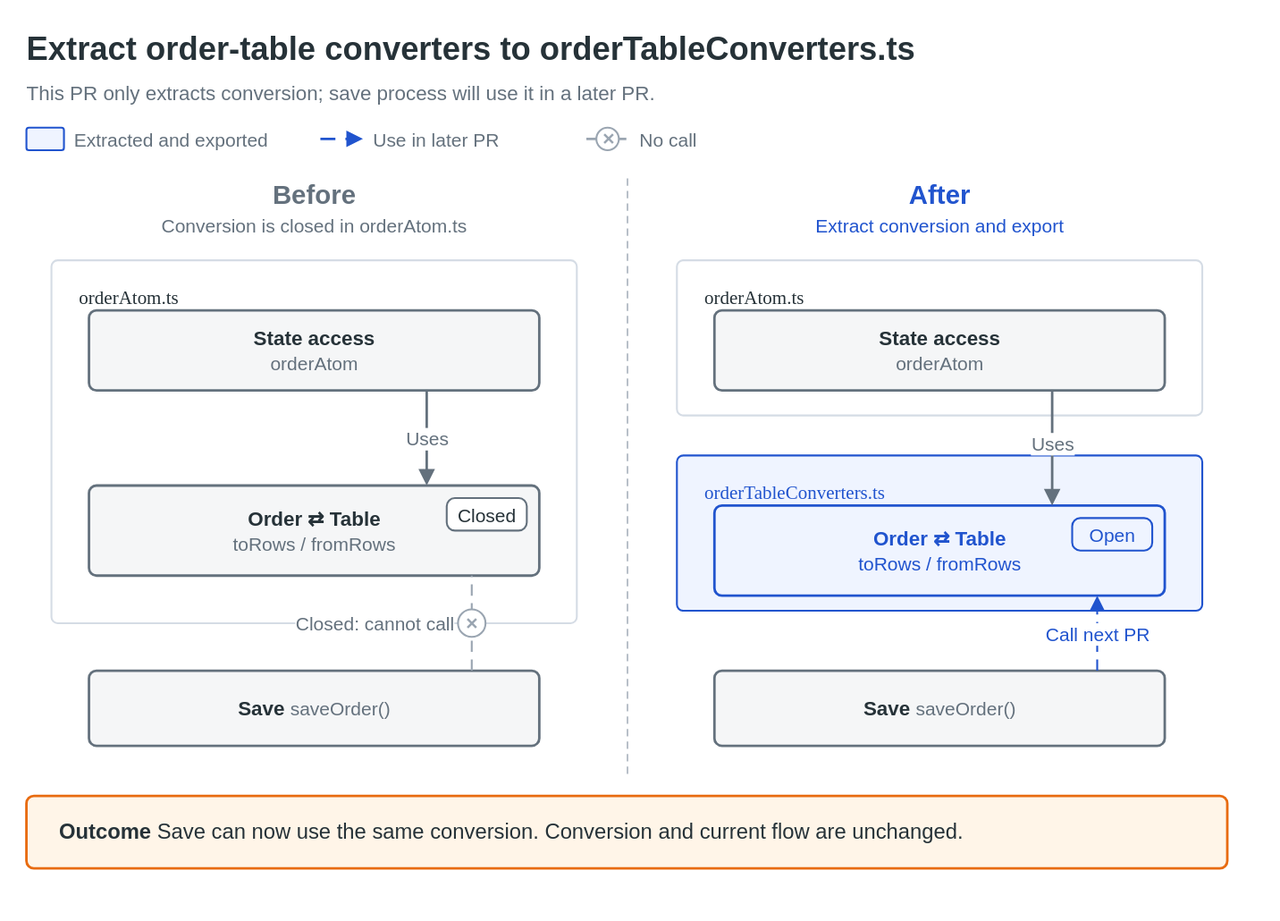
The draw.io diagram docs/samples/en/refactor-extract-module.drawio.svg in nntto/explanatory-diagrams, before a commit. Source tidied: cells renumbered, new cells last; positions are measured from the earlier drawing's top-left corner, leaving out a move shared by most shapes. Its diagram source:
```xml
<mxGraphModel background="#ffffff">
  <root>
    <mxCell id="0" />
    <mxCell id="1" parent="0" />
    <mxCell id="2" value="Extract order-table converters to orderTableConverters.ts" style="text;html=1;whiteSpace=wrap;fontFamily=Helvetica;fontSize=26;fontColor=#263238;align=left;verticalAlign=middle;spacing=0;fontStyle=1;" parent="1" vertex="1">
      <mxGeometry width="960" height="38" as="geometry" />
    </mxCell>
    <mxCell id="3" value="This PR only extracts conversion; save process will use it in a later PR." style="text;html=1;whiteSpace=wrap;fontFamily=Helvetica;fontSize=16;fontColor=#64717d;align=left;verticalAlign=middle;spacing=0;" parent="1" vertex="1">
      <mxGeometry y="42" width="960" height="24" as="geometry" />
    </mxCell>
    <mxCell id="4" style="rounded=1;absoluteArcSize=1;arcSize=4;whiteSpace=wrap;html=1;fillColor=#eff4ff;strokeColor=#2154ce;strokeWidth=1.5;fontColor=#2154ce;fontFamily=Helvetica;fontSize=17;align=center;verticalAlign=middle;spacing=10;" parent="1" vertex="1">
      <mxGeometry y="82" width="30" height="18" as="geometry" />
    </mxCell>
    <mxCell id="5" value="Extracted and exported" style="text;html=1;whiteSpace=wrap;fontFamily=Helvetica;fontSize=15;fontColor=#64717d;align=left;verticalAlign=middle;spacing=0;" parent="1" vertex="1">
      <mxGeometry x="38" y="80" width="169" height="22" as="geometry" />
    </mxCell>
    <mxCell id="6" style="edgeStyle=none;rounded=1;html=1;strokeColor=#2154ce;strokeWidth=2;endArrow=block;endFill=1;startArrow=none;startFill=1;endSize=8;fontFamily=Helvetica;fontSize=15;fontColor=#2154ce;labelBackgroundColor=#ffffff;dashed=1;dashPattern=6 4;" parent="1" edge="1">
      <mxGeometry relative="1" as="geometry">
        <mxPoint x="235" y="91" as="sourcePoint" />
        <mxPoint x="269" y="91" as="targetPoint" />
      </mxGeometry>
    </mxCell>
    <mxCell id="7" value="Use in later PR" style="text;html=1;whiteSpace=wrap;fontFamily=Helvetica;fontSize=15;fontColor=#64717d;align=left;verticalAlign=middle;spacing=0;" parent="1" vertex="1">
      <mxGeometry x="277" y="80" width="142.6" height="22" as="geometry" />
    </mxCell>
    <mxCell id="8" style="edgeStyle=none;rounded=1;html=1;strokeColor=#9aa5b1;strokeWidth=2;endArrow=none;endFill=1;startArrow=none;startFill=1;endSize=8;fontFamily=Helvetica;fontSize=15;fontColor=#9aa5b1;labelBackgroundColor=#ffffff;dashed=1;dashPattern=6 4;" parent="1" edge="1">
      <mxGeometry relative="1" as="geometry">
        <mxPoint x="447.6" y="91" as="sourcePoint" />
        <mxPoint x="481.6" y="91" as="targetPoint" />
      </mxGeometry>
    </mxCell>
    <mxCell id="9" value="✕" style="ellipse;whiteSpace=wrap;html=1;fillColor=#ffffff;strokeColor=#9aa5b1;strokeWidth=1.5;fontColor=#9aa5b1;fontStyle=1;fontFamily=Helvetica;fontSize=13;spacing=0;" parent="1" vertex="1">
      <mxGeometry x="455.6" y="82" width="18" height="18" as="geometry" />
    </mxCell>
    <mxCell id="10" value="No call" style="text;html=1;whiteSpace=wrap;fontFamily=Helvetica;fontSize=15;fontColor=#64717d;align=left;verticalAlign=middle;spacing=0;" parent="1" vertex="1">
      <mxGeometry x="489.6" y="80" width="64" height="22" as="geometry" />
    </mxCell>
    <mxCell id="11" value="Before" style="text;html=1;whiteSpace=wrap;fontFamily=Helvetica;fontSize=21;fontColor=#64717d;align=center;verticalAlign=middle;spacing=0;fontStyle=1;" parent="1" vertex="1">
      <mxGeometry y="120" width="460" height="30" as="geometry" />
    </mxCell>
    <mxCell id="12" value="Conversion is closed in orderAtom.ts" style="text;html=1;whiteSpace=wrap;fontFamily=Helvetica;fontSize=15;fontColor=#64717d;align=center;verticalAlign=middle;spacing=0;" parent="1" vertex="1">
      <mxGeometry y="148" width="460" height="24" as="geometry" />
    </mxCell>
    <mxCell id="13" value="After" style="text;html=1;whiteSpace=wrap;fontFamily=Helvetica;fontSize=21;fontColor=#2154ce;align=center;verticalAlign=middle;spacing=0;fontStyle=1;" parent="1" vertex="1">
      <mxGeometry x="500" y="120" width="460" height="30" as="geometry" />
    </mxCell>
    <mxCell id="14" value="Extract conversion and export" style="text;html=1;whiteSpace=wrap;fontFamily=Helvetica;fontSize=15;fontColor=#2154ce;align=center;verticalAlign=middle;spacing=0;" parent="1" vertex="1">
      <mxGeometry x="500" y="148" width="460" height="24" as="geometry" />
    </mxCell>
    <mxCell id="15" style="edgeStyle=none;rounded=1;html=1;strokeColor=#9aa5b1;strokeWidth=1;endArrow=none;endFill=1;startArrow=none;startFill=1;endSize=8;fontFamily=Helvetica;fontSize=15;fontColor=#9aa5b1;labelBackgroundColor=#ffffff;dashed=1;dashPattern=6 4;" parent="1" edge="1">
      <mxGeometry relative="1" as="geometry">
        <mxPoint x="480" y="122" as="sourcePoint" />
        <mxPoint x="480" y="602" as="targetPoint" />
      </mxGeometry>
    </mxCell>
    <mxCell id="16" value="orderAtom.ts" style="rounded=1;absoluteArcSize=1;arcSize=10;whiteSpace=wrap;html=1;fillColor=#ffffff;strokeColor=#D5DCE5;strokeWidth=1.5;fontColor=#263238;fontFamily=Helvetica;fontSize=15;align=left;verticalAlign=top;spacing=10;fontFamily=Menlo;spacingLeft=12;spacingTop=6;" parent="1" vertex="1">
      <mxGeometry x="20" y="188" width="420" height="290" as="geometry" />
    </mxCell>
    <mxCell id="17" value="&lt;b&gt;State access&lt;/b&gt;&lt;br&gt;&lt;span style=&quot;font-size:15px;color:#64717d;&quot;&gt;orderAtom&lt;/span&gt;" style="rounded=1;absoluteArcSize=1;arcSize=12;whiteSpace=wrap;html=1;fillColor=#f5f6f7;strokeColor=#64717d;strokeWidth=2;fontColor=#263238;fontFamily=Helvetica;fontSize=16;align=center;verticalAlign=middle;spacing=10;" parent="1" vertex="1">
      <mxGeometry x="50" y="228" width="360" height="64" as="geometry" />
    </mxCell>
    <mxCell id="18" value="&lt;b&gt;Order ⇄ Table&lt;/b&gt;&lt;br&gt;&lt;span style=&quot;font-size:15px;color:#64717d;&quot;&gt;toRows / fromRows&lt;/span&gt;" style="rounded=1;absoluteArcSize=1;arcSize=12;whiteSpace=wrap;html=1;fillColor=#f5f6f7;strokeColor=#64717d;strokeWidth=2;fontColor=#263238;fontFamily=Helvetica;fontSize=16;align=center;verticalAlign=middle;spacing=10;" parent="1" vertex="1">
      <mxGeometry x="50" y="368" width="360" height="72" as="geometry" />
    </mxCell>
    <mxCell id="19" value="Closed" style="rounded=1;absoluteArcSize=1;arcSize=13;whiteSpace=wrap;html=1;fillColor=#ffffff;strokeColor=#64717d;strokeWidth=1.5;fontColor=#263238;fontFamily=Helvetica;fontSize=15;align=center;verticalAlign=middle;spacing=2;" parent="1" vertex="1">
      <mxGeometry x="336" y="378" width="64" height="26" as="geometry" />
    </mxCell>
    <mxCell id="20" value="Uses" style="edgeStyle=orthogonalEdgeStyle;rounded=1;html=1;strokeColor=#64717d;strokeWidth=2;endArrow=block;endFill=1;startArrow=none;startFill=1;endSize=8;fontFamily=Helvetica;fontSize=15;fontColor=#64717d;labelBackgroundColor=#ffffff;exitX=0.75;exitY=1;exitDx=0;exitDy=0;entryX=0.75;entryY=0;entryDx=0;entryDy=0;" parent="1" edge="1" source="17" target="18">
      <mxGeometry relative="1" as="geometry" />
    </mxCell>
    <mxCell id="21" value="&lt;b&gt;Save&lt;/b&gt; &lt;span style=&quot;font-size:15px;color:#64717d;&quot;&gt;saveOrder()&lt;/span&gt;" style="rounded=1;absoluteArcSize=1;arcSize=12;whiteSpace=wrap;html=1;fillColor=#f5f6f7;strokeColor=#64717d;strokeWidth=2;fontColor=#263238;fontFamily=Helvetica;fontSize=16;align=center;verticalAlign=middle;spacing=10;" parent="1" vertex="1">
      <mxGeometry x="50" y="516" width="360" height="60" as="geometry" />
    </mxCell>
    <mxCell id="22" style="edgeStyle=orthogonalEdgeStyle;rounded=1;html=1;strokeColor=#9aa5b1;strokeWidth=1.5;endArrow=none;endFill=1;startArrow=none;startFill=1;endSize=8;fontFamily=Helvetica;fontSize=15;fontColor=#9aa5b1;labelBackgroundColor=#ffffff;dashed=1;dashPattern=6 4;exitX=0.85;exitY=0;exitDx=0;exitDy=0;entryX=0.85;entryY=1;entryDx=0;entryDy=0;" parent="1" edge="1" source="21" target="18">
      <mxGeometry relative="1" as="geometry" />
    </mxCell>
    <mxCell id="23" value="✕" style="ellipse;whiteSpace=wrap;html=1;fillColor=#ffffff;strokeColor=#9aa5b1;strokeWidth=1.5;fontColor=#9aa5b1;fontStyle=1;fontFamily=Helvetica;fontSize=13;spacing=0;" parent="1" vertex="1">
      <mxGeometry x="345" y="467" width="22" height="22" as="geometry" />
    </mxCell>
    <mxCell id="24" value="Closed: cannot call" style="text;html=1;whiteSpace=wrap;fontFamily=Helvetica;fontSize=15;fontColor=#64717d;align=right;verticalAlign=middle;spacing=0;labelBackgroundColor=#ffffff;" parent="1" vertex="1">
      <mxGeometry x="130" y="466" width="212" height="24" as="geometry" />
    </mxCell>
    <mxCell id="25" value="orderAtom.ts" style="rounded=1;absoluteArcSize=1;arcSize=10;whiteSpace=wrap;html=1;fillColor=#ffffff;strokeColor=#D5DCE5;strokeWidth=1.5;fontColor=#263238;fontFamily=Helvetica;fontSize=15;align=left;verticalAlign=top;spacing=10;fontFamily=Menlo;spacingLeft=12;spacingTop=6;" parent="1" vertex="1">
      <mxGeometry x="520" y="188" width="420" height="124" as="geometry" />
    </mxCell>
    <mxCell id="26" value="&lt;b&gt;State access&lt;/b&gt;&lt;br&gt;&lt;span style=&quot;font-size:15px;color:#64717d;&quot;&gt;orderAtom&lt;/span&gt;" style="rounded=1;absoluteArcSize=1;arcSize=12;whiteSpace=wrap;html=1;fillColor=#f5f6f7;strokeColor=#64717d;strokeWidth=2;fontColor=#263238;fontFamily=Helvetica;fontSize=16;align=center;verticalAlign=middle;spacing=10;" parent="1" vertex="1">
      <mxGeometry x="550" y="228" width="360" height="64" as="geometry" />
    </mxCell>
    <mxCell id="27" value="orderTableConverters.ts" style="rounded=1;absoluteArcSize=1;arcSize=10;whiteSpace=wrap;html=1;fillColor=#eff4ff;strokeColor=#2154ce;strokeWidth=1.5;fontColor=#2154ce;fontFamily=Helvetica;fontSize=15;align=left;verticalAlign=top;spacing=10;fontFamily=Menlo;spacingLeft=12;spacingTop=6;" parent="1" vertex="1">
      <mxGeometry x="520" y="344" width="420" height="124" as="geometry" />
    </mxCell>
    <mxCell id="28" value="&lt;b&gt;Order ⇄ Table&lt;/b&gt;&lt;br&gt;&lt;span style=&quot;font-size:15px;color:#2154ce;&quot;&gt;toRows / fromRows&lt;/span&gt;" style="rounded=1;absoluteArcSize=1;arcSize=12;whiteSpace=wrap;html=1;fillColor=#eff4ff;strokeColor=#2154ce;strokeWidth=2;fontColor=#2154ce;fontFamily=Helvetica;fontSize=16;align=center;verticalAlign=middle;spacing=10;" parent="1" vertex="1">
      <mxGeometry x="550" y="384" width="360" height="72" as="geometry" />
    </mxCell>
    <mxCell id="29" value="Open" style="rounded=1;absoluteArcSize=1;arcSize=13;whiteSpace=wrap;html=1;fillColor=#eff4ff;strokeColor=#2154ce;strokeWidth=1.5;fontColor=#2154ce;fontFamily=Helvetica;fontSize=15;align=center;verticalAlign=middle;spacing=2;" parent="1" vertex="1">
      <mxGeometry x="836" y="394" width="64" height="26" as="geometry" />
    </mxCell>
    <mxCell id="30" value="Uses" style="edgeStyle=orthogonalEdgeStyle;rounded=1;html=1;strokeColor=#64717d;strokeWidth=2;endArrow=block;endFill=1;startArrow=none;startFill=1;endSize=8;fontFamily=Helvetica;fontSize=15;fontColor=#64717d;labelBackgroundColor=#ffffff;exitX=0.75;exitY=1;exitDx=0;exitDy=0;entryX=0.75;entryY=0;entryDx=0;entryDy=0;" parent="1" edge="1" source="26" target="28">
      <mxGeometry relative="1" as="geometry">
        <mxPoint y="-4" as="offset" />
      </mxGeometry>
    </mxCell>
    <mxCell id="31" value="&lt;b&gt;Save&lt;/b&gt; &lt;span style=&quot;font-size:15px;color:#64717d;&quot;&gt;saveOrder()&lt;/span&gt;" style="rounded=1;absoluteArcSize=1;arcSize=12;whiteSpace=wrap;html=1;fillColor=#f5f6f7;strokeColor=#64717d;strokeWidth=2;fontColor=#263238;fontFamily=Helvetica;fontSize=16;align=center;verticalAlign=middle;spacing=10;" parent="1" vertex="1">
      <mxGeometry x="550" y="516" width="360" height="60" as="geometry" />
    </mxCell>
    <mxCell id="32" value="Call next PR" style="edgeStyle=orthogonalEdgeStyle;rounded=1;html=1;strokeColor=#2154ce;strokeWidth=1.5;endArrow=block;endFill=1;startArrow=none;startFill=1;endSize=8;fontFamily=Helvetica;fontSize=15;fontColor=#2154ce;labelBackgroundColor=#ffffff;dashed=1;dashPattern=6 4;exitX=0.85;exitY=0;exitDx=0;exitDy=0;entryX=0.85;entryY=1;entryDx=0;entryDy=0;" parent="1" edge="1" source="31" target="28">
      <mxGeometry relative="1" as="geometry" />
    </mxCell>
    <mxCell id="33" value="&lt;b&gt;Outcome&lt;/b&gt; Save can now use the same conversion. Conversion and current flow are unchanged." style="rounded=1;absoluteArcSize=1;arcSize=12;whiteSpace=wrap;html=1;fillColor=#fff5e8;strokeColor=#e86b10;strokeWidth=2;fontColor=#263238;fontFamily=Helvetica;fontSize=17;align=left;verticalAlign=middle;spacing=10;spacingLeft=16;" parent="1" vertex="1">
      <mxGeometry y="616" width="960" height="58" as="geometry" />
    </mxCell>
  </root>
</mxGraphModel>
```
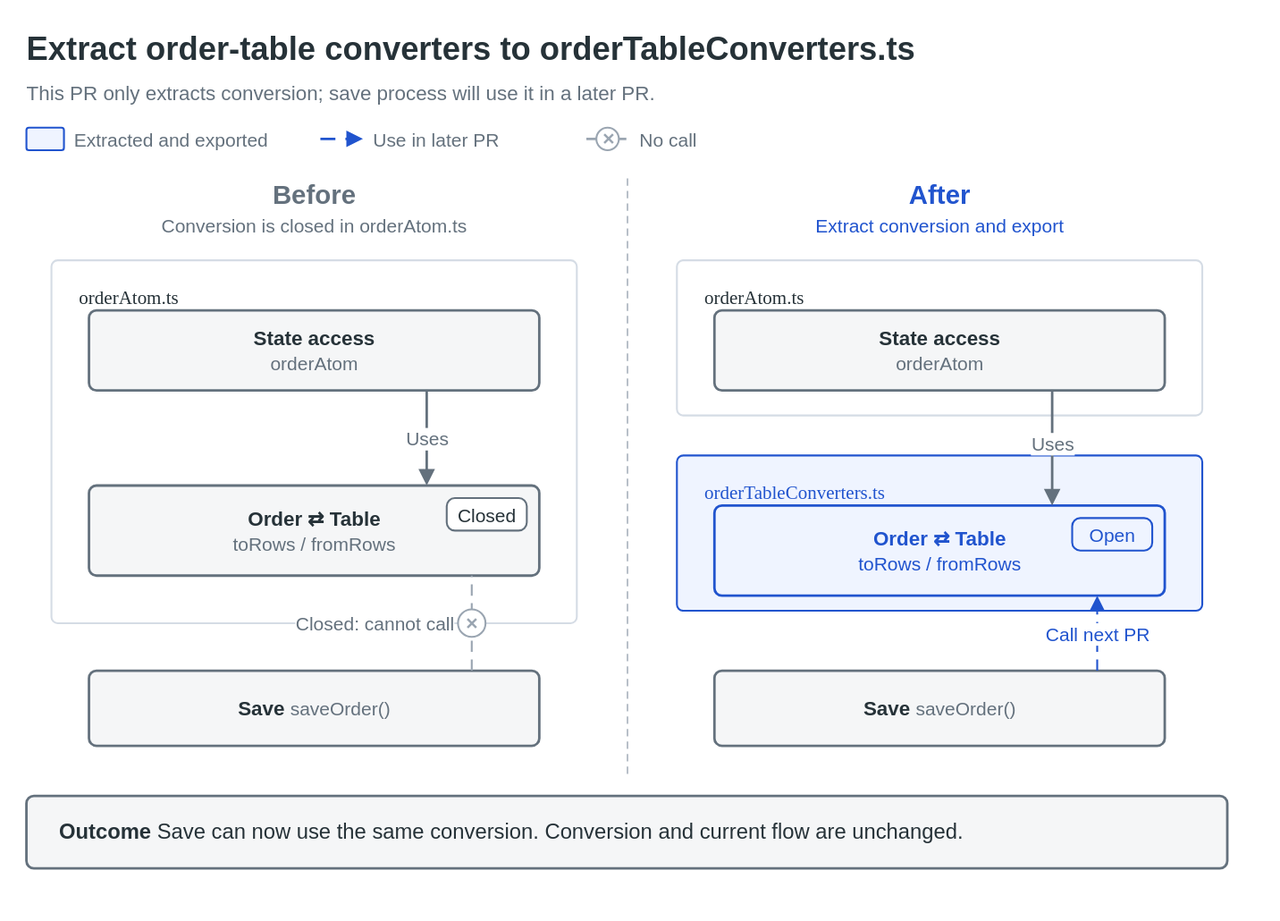
Above is the later version.

What changed in the source:
```diff
@@ -106,7 +106,7 @@
     <mxCell id="32" value="Call next PR" style="edgeStyle=orthogonalEdgeStyle;rounded=1;html=1;strokeColor=#2154ce;strokeWidth=1.5;endArrow=block;endFill=1;startArrow=none;startFill=1;endSize=8;fontFamily=Helvetica;fontSize=15;fontColor=#2154ce;labelBackgroundColor=#ffffff;dashed=1;dashPattern=6 4;exitX=0.85;exitY=0;exitDx=0;exitDy=0;entryX=0.85;entryY=1;entryDx=0;entryDy=0;" parent="1" edge="1" source="31" target="28">
       <mxGeometry relative="1" as="geometry" />
     </mxCell>
-    <mxCell id="33" value="&lt;b&gt;Outcome&lt;/b&gt; Save can now use the same conversion. Conversion and current flow are unchanged." style="rounded=1;absoluteArcSize=1;arcSize=12;whiteSpace=wrap;html=1;fillColor=#fff5e8;strokeColor=#e86b10;strokeWidth=2;fontColor=#263238;fontFamily=Helvetica;fontSize=17;align=left;verticalAlign=middle;spacing=10;spacingLeft=16;" parent="1" vertex="1">
+    <mxCell id="33" value="&lt;b&gt;Outcome&lt;/b&gt; Save can now use the same conversion. Conversion and current flow are unchanged." style="rounded=1;absoluteArcSize=1;arcSize=12;whiteSpace=wrap;html=1;fillColor=#f5f6f7;strokeColor=#64717d;strokeWidth=2;fontColor=#263238;fontFamily=Helvetica;fontSize=17;align=left;verticalAlign=middle;spacing=10;spacingLeft=16;" parent="1" vertex="1">
       <mxGeometry y="616" width="960" height="58" as="geometry" />
     </mxCell>
   </root>
```
